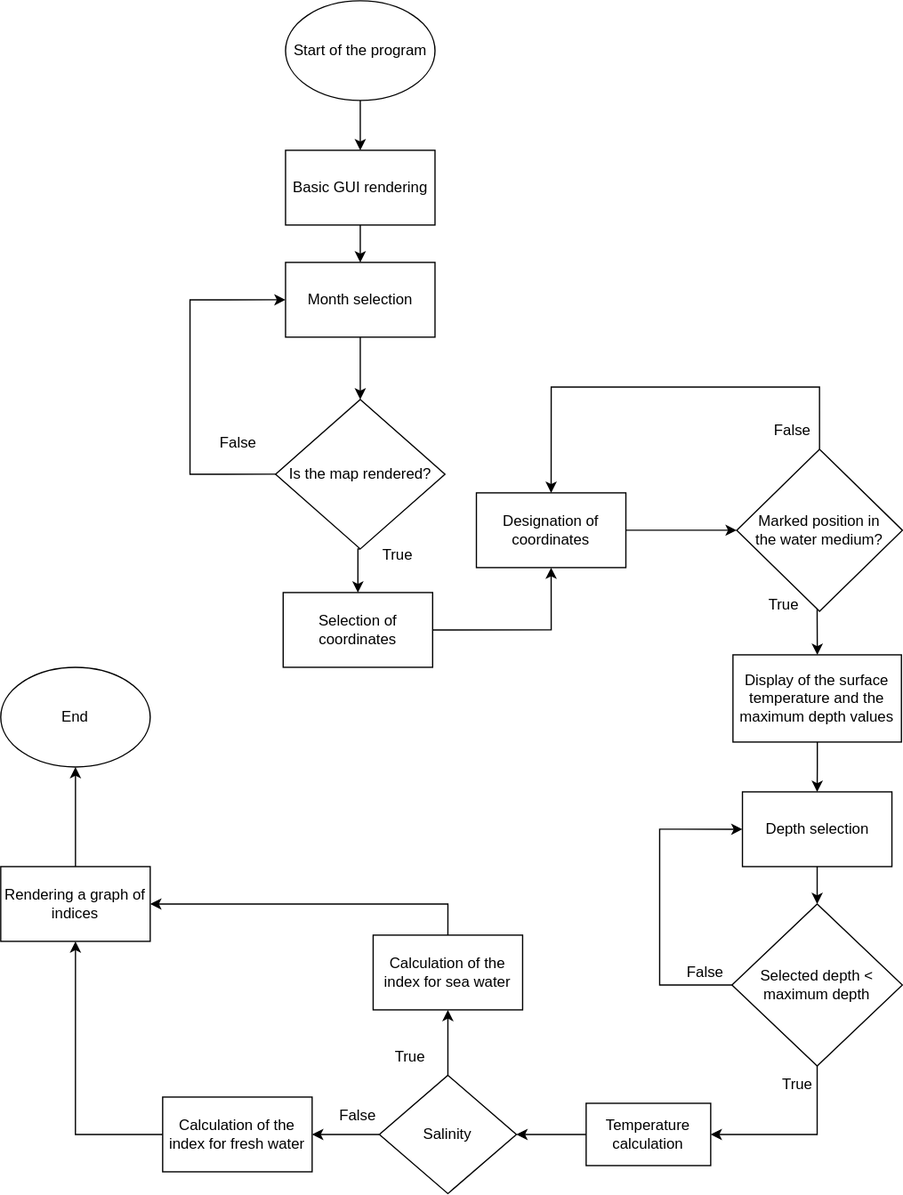
Before: world_map.drawio.svg, a diagram exported from draw.io (OndraFoltyn/digital-electronics-1). Source tidied: cells renumbered, new cells last; positions are measured from the earlier drawing's top-left corner, leaving out a move shared by most shapes.
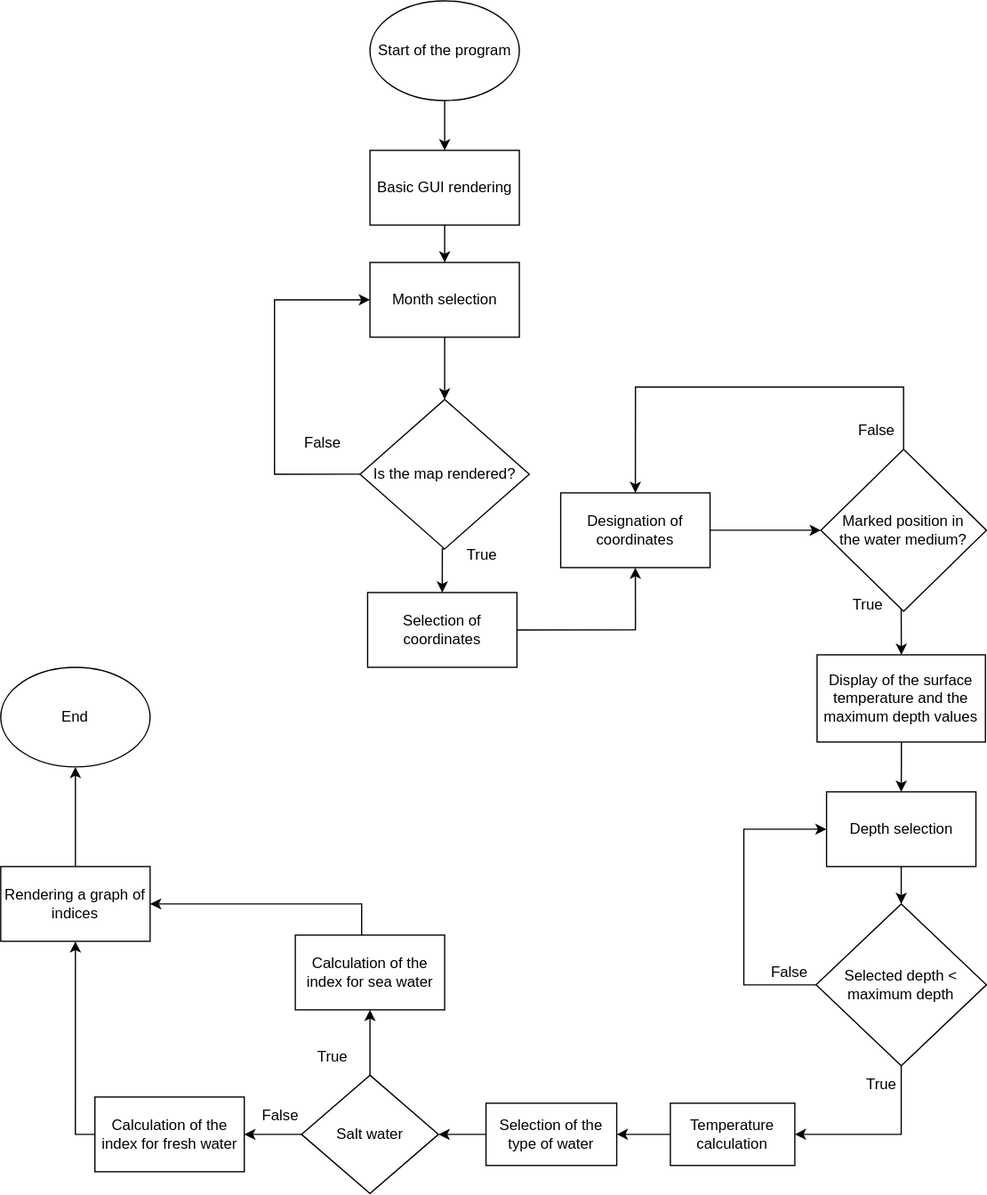
The same file after the commit.

Diff of the diagram source:
```diff
@@ -97,9 +97,9 @@
     <mxCell id="27" value="False" style="text;html=1;strokeColor=none;fillColor=none;align=center;verticalAlign=middle;whiteSpace=wrap;rounded=0;" parent="1" vertex="1">
       <mxGeometry x="535.6" y="765" width="60" height="30" as="geometry" />
     </mxCell>
-    <mxCell id="28" style="edgeStyle=orthogonalEdgeStyle;rounded=0;jettySize=auto;html=1;" parent="1" edge="1" source="29" target="33">
-      <mxGeometry relative="1" as="geometry" />
-    </mxCell>
+    <mxCell id="45" style="edgeStyle=orthogonalEdgeStyle;rounded=0;jettySize=auto;html=1;exitX=0;exitY=0.5;exitDx=0;exitDy=0;entryX=1;entryY=0.5;entryDx=0;entryDy=0;" parent="1" edge="1" source="29" target="47">
+      <mxGeometry relative="1" as="geometry" />
+    </mxCell>
     <mxCell id="29" value="Temperature calculation" style="whiteSpace=wrap;html=1;" parent="1" vertex="1">
       <mxGeometry x="470.1" y="885" width="100" height="50" as="geometry" />
     </mxCell>
@@ -112,35 +112,43 @@
     <mxCell id="32" style="edgeStyle=orthogonalEdgeStyle;rounded=0;jettySize=auto;html=1;" parent="1" edge="1" source="33" target="37">
       <mxGeometry relative="1" as="geometry" />
     </mxCell>
-    <mxCell id="33" value="Salinity" style="rhombus;whiteSpace=wrap;html=1;" parent="1" vertex="1">
-      <mxGeometry x="304.1" y="862.5" width="110" height="95" as="geometry" />
+    <mxCell id="33" value="Salt water" style="rhombus;whiteSpace=wrap;html=1;" parent="1" vertex="1">
+      <mxGeometry x="173.8" y="862.6" width="110" height="95" as="geometry" />
     </mxCell>
     <mxCell id="34" style="edgeStyle=orthogonalEdgeStyle;rounded=0;jettySize=auto;html=1;exitX=0;exitY=0.5;exitDx=0;exitDy=0;entryX=0.5;entryY=1;entryDx=0;entryDy=0;" parent="1" edge="1" source="35" target="41">
-      <mxGeometry relative="1" as="geometry" />
+      <mxGeometry relative="1" as="geometry">
+        <Array as="points">
+          <mxPoint x="-8" y="910" />
+        </Array>
+      </mxGeometry>
     </mxCell>
     <mxCell id="35" value="Calculation of the index for fresh water" style="whiteSpace=wrap;html=1;" parent="1" vertex="1">
-      <mxGeometry x="130.1" y="880" width="120" height="60" as="geometry" />
+      <mxGeometry x="7.8" y="880.1" width="120" height="60" as="geometry" />
     </mxCell>
-    <mxCell id="36" style="edgeStyle=orthogonalEdgeStyle;rounded=0;jettySize=auto;html=1;exitX=0.5;exitY=0;exitDx=0;exitDy=0;entryX=1;entryY=0.5;entryDx=0;entryDy=0;" parent="1" edge="1" source="37" target="41">
-      <mxGeometry relative="1" as="geometry" />
+    <mxCell id="36" style="edgeStyle=orthogonalEdgeStyle;rounded=0;jettySize=auto;html=1;entryX=1;entryY=0.5;entryDx=0;entryDy=0;" parent="1" edge="1" source="37" target="41">
+      <mxGeometry relative="1" as="geometry">
+        <Array as="points">
+          <mxPoint x="222" y="725" />
+        </Array>
+      </mxGeometry>
     </mxCell>
     <mxCell id="37" value="Calculation of the index for sea water" style="whiteSpace=wrap;html=1;" parent="1" vertex="1">
-      <mxGeometry x="299.1" y="750" width="120" height="60" as="geometry" />
+      <mxGeometry x="168.8" y="750.1" width="120" height="60" as="geometry" />
     </mxCell>
     <mxCell id="38" value="False" style="text;html=1;strokeColor=none;fillColor=none;align=center;verticalAlign=middle;whiteSpace=wrap;rounded=0;" parent="1" vertex="1">
-      <mxGeometry x="260.1" y="880" width="53.5" height="30" as="geometry" />
+      <mxGeometry x="129.8" y="880.1" width="53.5" height="30" as="geometry" />
     </mxCell>
     <mxCell id="39" value="True" style="text;html=1;strokeColor=none;fillColor=none;align=center;verticalAlign=middle;whiteSpace=wrap;rounded=0;" parent="1" vertex="1">
-      <mxGeometry x="299.1" y="832.5" width="60" height="30" as="geometry" />
+      <mxGeometry x="168.8" y="832.6" width="60" height="30" as="geometry" />
     </mxCell>
     <mxCell id="40" style="edgeStyle=orthogonalEdgeStyle;rounded=0;jettySize=auto;html=1;exitX=0.5;exitY=0;exitDx=0;exitDy=0;entryX=0.5;entryY=1;entryDx=0;entryDy=0;" parent="1" edge="1" source="41" target="42">
       <mxGeometry relative="1" as="geometry" />
     </mxCell>
     <mxCell id="41" value="Rendering a graph of indices" style="rounded=0;whiteSpace=wrap;html=1;" parent="1" vertex="1">
-      <mxGeometry x="0.1" y="695" width="120" height="60" as="geometry" />
+      <mxGeometry x="-67.9" y="695" width="120" height="60" as="geometry" />
     </mxCell>
     <mxCell id="42" value="End" style="ellipse;whiteSpace=wrap;html=1;" parent="1" vertex="1">
-      <mxGeometry x="0.1" y="535" width="120" height="80" as="geometry" />
+      <mxGeometry x="-67.9" y="535" width="120" height="80" as="geometry" />
     </mxCell>
     <mxCell id="43" style="edgeStyle=orthogonalEdgeStyle;rounded=0;jettySize=auto;html=1;exitX=0.5;exitY=1;exitDx=0;exitDy=0;" parent="1" edge="1" source="44" target="10">
       <mxGeometry relative="1" as="geometry" />
@@ -148,5 +156,11 @@
     <mxCell id="44" value="Month selection" style="rounded=0;whiteSpace=wrap;html=1;" parent="1" vertex="1">
       <mxGeometry x="228.8" y="210" width="120" height="60" as="geometry" />
     </mxCell>
+    <mxCell id="46" style="edgeStyle=orthogonalEdgeStyle;rounded=0;jettySize=auto;html=1;exitX=0;exitY=0.5;exitDx=0;exitDy=0;entryX=1;entryY=0.5;entryDx=0;entryDy=0;" parent="1" edge="1" source="47" target="33">
+      <mxGeometry relative="1" as="geometry" />
+    </mxCell>
+    <mxCell id="47" value="Selection of the type of water" style="rounded=0;whiteSpace=wrap;html=1;" parent="1" vertex="1">
+      <mxGeometry x="322" y="885" width="105" height="50" as="geometry" />
+    </mxCell>
   </root>
 </mxGraphModel>
```
